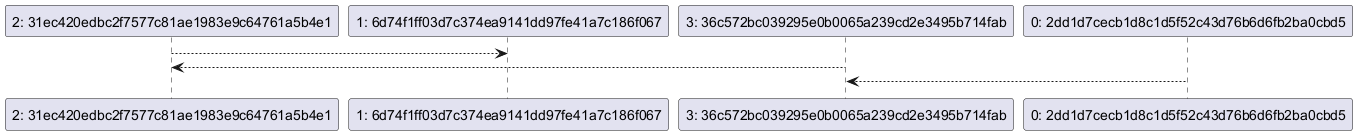
Earlier version of the PlantUML export dependency_graph.png (Balex7777/Configuration_HW2).
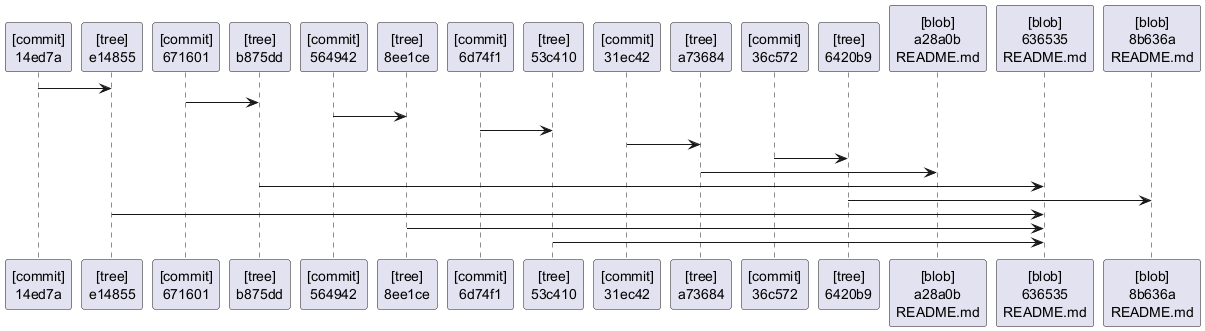
The same file after the commit.

The edit, as a diff of the source:
```diff
@@ -1,5 +1,14 @@
 @startuml
-"2: 31ec420edbc2f7577c81ae1983e9c64761a5b4e1" --> "1: 6d74f1ff03d7c374ea9141dd97fe41a7c186f067"
-"3: 36c572bc039295e0b0065a239cd2e3495b714fab" --> "2: 31ec420edbc2f7577c81ae1983e9c64761a5b4e1"
-"0: 2dd1d7cecb1d8c1d5f52c43d76b6d6fb2ba0cbd5" --> "3: 36c572bc039295e0b0065a239cd2e3495b714fab"
+"[commit]\n14ed7a" -> "[tree]\ne14855"
+"[commit]\n671601" -> "[tree]\nb875dd"
+"[commit]\n564942" -> "[tree]\n8ee1ce"
+"[commit]\n6d74f1" -> "[tree]\n53c410"
+"[commit]\n31ec42" -> "[tree]\na73684"
+"[commit]\n36c572" -> "[tree]\n6420b9"
+"[tree]\na73684" -> "[blob]\na28a0b\nREADME.md"
+"[tree]\nb875dd" -> "[blob]\n636535\nREADME.md"
+"[tree]\n6420b9" -> "[blob]\n8b636a\nREADME.md"
+"[tree]\ne14855" -> "[blob]\n636535\nREADME.md"
+"[tree]\n8ee1ce" -> "[blob]\n636535\nREADME.md"
+"[tree]\n53c410" -> "[blob]\n636535\nREADME.md"
 @enduml
```
